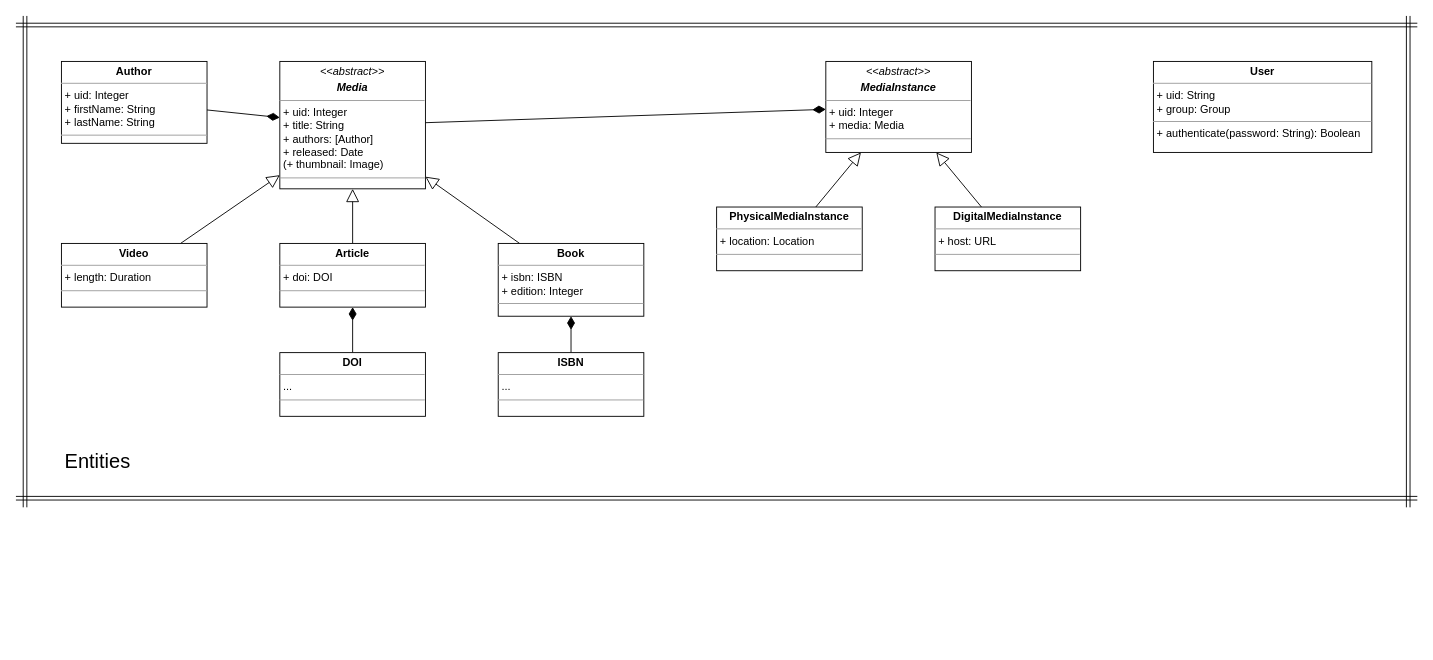
Above: page "Page-2" (2 of 2) of libraryproject/component_design.drawio in melvdlin/FPT_Uebungen (draw.io), before the change. Source tidied: cells renumbered, new cells numbered last; positions are measured from the earlier drawing's top-left corner, leaving out a move shared by most shapes. Both pictures are drawn from the tidied source at 91%, with x=0, y=0 at pixel (15, 15).
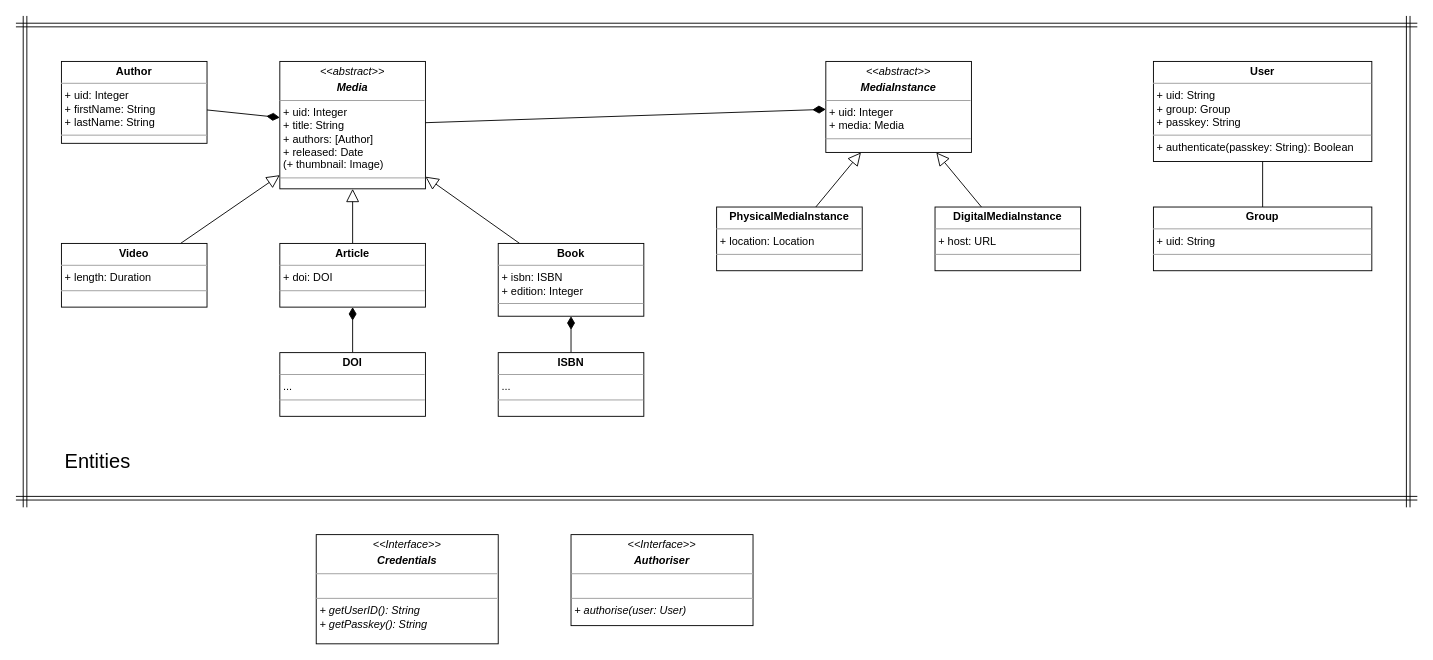
Above is the later version.

Change to the diagram source:
```diff
@@
-    <mxCell id="15" value="&lt;p style=&quot;margin:0px;margin-top:4px;text-align:center;&quot;&gt;&lt;b style=&quot;background-color: initial;&quot;&gt;User&lt;/b&gt;&lt;br&gt;&lt;/p&gt;&lt;hr size=&quot;1&quot;&gt;&lt;p style=&quot;margin:0px;margin-left:4px;&quot;&gt;+ uid: String&lt;/p&gt;&lt;p style=&quot;margin:0px;margin-left:4px;&quot;&gt;+ group: Group&lt;/p&gt;&lt;hr size=&quot;1&quot;&gt;&lt;p style=&quot;margin:0px;margin-left:4px;&quot;&gt;+ authenticate(password: String): Boolean&lt;/p&gt;" style="verticalAlign=top;align=left;overflow=fill;fontSize=12;fontFamily=Helvetica;html=1;fontColor=default;" parent="1" vertex="1">
-      <mxGeometry x="1250" y="50" width="240" height="100" as="geometry" />
+    <mxCell id="15" value="&lt;p style=&quot;margin:0px;margin-top:4px;text-align:center;&quot;&gt;&lt;b style=&quot;background-color: initial;&quot;&gt;User&lt;/b&gt;&lt;br&gt;&lt;/p&gt;&lt;hr size=&quot;1&quot;&gt;&lt;p style=&quot;margin:0px;margin-left:4px;&quot;&gt;+ uid: String&lt;/p&gt;&lt;p style=&quot;margin:0px;margin-left:4px;&quot;&gt;+ group: Group&lt;/p&gt;&lt;p style=&quot;margin:0px;margin-left:4px;&quot;&gt;+ passkey: String&lt;/p&gt;&lt;hr size=&quot;1&quot;&gt;&lt;p style=&quot;margin:0px;margin-left:4px;&quot;&gt;+ authenticate(passkey: String): Boolean&lt;/p&gt;" style="verticalAlign=top;align=left;overflow=fill;fontSize=12;fontFamily=Helvetica;html=1;fontColor=default;" parent="1" vertex="1">
+      <mxGeometry x="1250" y="50" width="240" height="110" as="geometry" />
     </mxCell>
@@
+    <mxCell id="27" style="edgeStyle=none;shape=connector;rounded=0;jettySize=auto;html=1;labelBackgroundColor=default;fontFamily=Helvetica;fontSize=11;fontColor=default;startArrow=none;startFill=0;endArrow=none;endFill=0;startSize=12;endSize=12;strokeColor=default;" parent="1" edge="1" source="28" target="15">
+      <mxGeometry relative="1" as="geometry" />
+    </mxCell>
+    <mxCell id="28" value="&lt;p style=&quot;margin:0px;margin-top:4px;text-align:center;&quot;&gt;&lt;b style=&quot;background-color: initial;&quot;&gt;Group&lt;/b&gt;&lt;br&gt;&lt;/p&gt;&lt;hr size=&quot;1&quot;&gt;&lt;p style=&quot;margin:0px;margin-left:4px;&quot;&gt;+ uid: String&lt;br&gt;&lt;/p&gt;&lt;hr size=&quot;1&quot;&gt;&lt;p style=&quot;margin:0px;margin-left:4px;&quot;&gt;&lt;br&gt;&lt;/p&gt;" style="verticalAlign=top;align=left;overflow=fill;fontSize=12;fontFamily=Helvetica;html=1;fontColor=default;" parent="1" vertex="1">
+      <mxGeometry x="1250" y="210" width="240" height="70" as="geometry" />
+    </mxCell>
+    <mxCell id="29" value="&lt;p style=&quot;margin:0px;margin-top:4px;text-align:center;&quot;&gt;&lt;span style=&quot;background-color: initial;&quot;&gt;&lt;i&gt;&amp;lt;&amp;lt;Interface&amp;gt;&amp;gt;&lt;/i&gt;&lt;/span&gt;&lt;/p&gt;&lt;p style=&quot;margin:0px;margin-top:4px;text-align:center;&quot;&gt;&lt;b&gt;&lt;i&gt;Authoriser&lt;/i&gt;&lt;/b&gt;&lt;/p&gt;&lt;hr size=&quot;1&quot;&gt;&lt;p style=&quot;margin:0px;margin-left:4px;&quot;&gt;&lt;i&gt;&lt;br&gt;&lt;/i&gt;&lt;/p&gt;&lt;hr size=&quot;1&quot;&gt;&lt;p style=&quot;margin:0px;margin-left:4px;&quot;&gt;&lt;i&gt;+ authorise(user: User&lt;/i&gt;&lt;i style=&quot;background-color: initial;&quot;&gt;)&lt;/i&gt;&lt;/p&gt;" style="verticalAlign=top;align=left;overflow=fill;fontSize=12;fontFamily=Helvetica;html=1;fontColor=default;" parent="1" vertex="1">
+      <mxGeometry x="610" y="570" width="200" height="100" as="geometry" />
+    </mxCell>
+    <mxCell id="30" value="&lt;p style=&quot;margin:0px;margin-top:4px;text-align:center;&quot;&gt;&lt;span style=&quot;background-color: initial;&quot;&gt;&lt;i&gt;&amp;lt;&amp;lt;Interface&amp;gt;&amp;gt;&lt;/i&gt;&lt;/span&gt;&lt;/p&gt;&lt;p style=&quot;margin:0px;margin-top:4px;text-align:center;&quot;&gt;&lt;b&gt;&lt;i&gt;Credentials&lt;/i&gt;&lt;/b&gt;&lt;/p&gt;&lt;hr size=&quot;1&quot;&gt;&lt;p style=&quot;margin:0px;margin-left:4px;&quot;&gt;&lt;i&gt;&lt;br&gt;&lt;/i&gt;&lt;/p&gt;&lt;hr size=&quot;1&quot;&gt;&lt;p style=&quot;margin:0px;margin-left:4px;&quot;&gt;&lt;i&gt;+ getUserID(): String&lt;/i&gt;&lt;/p&gt;&lt;p style=&quot;margin:0px;margin-left:4px;&quot;&gt;&lt;i&gt;+ getPasskey(): String&lt;/i&gt;&lt;/p&gt;" style="verticalAlign=top;align=left;overflow=fill;fontSize=12;fontFamily=Helvetica;html=1;fontColor=default;" parent="1" vertex="1">
+      <mxGeometry x="330" y="570" width="200" height="120" as="geometry" />
+    </mxCell>
```
